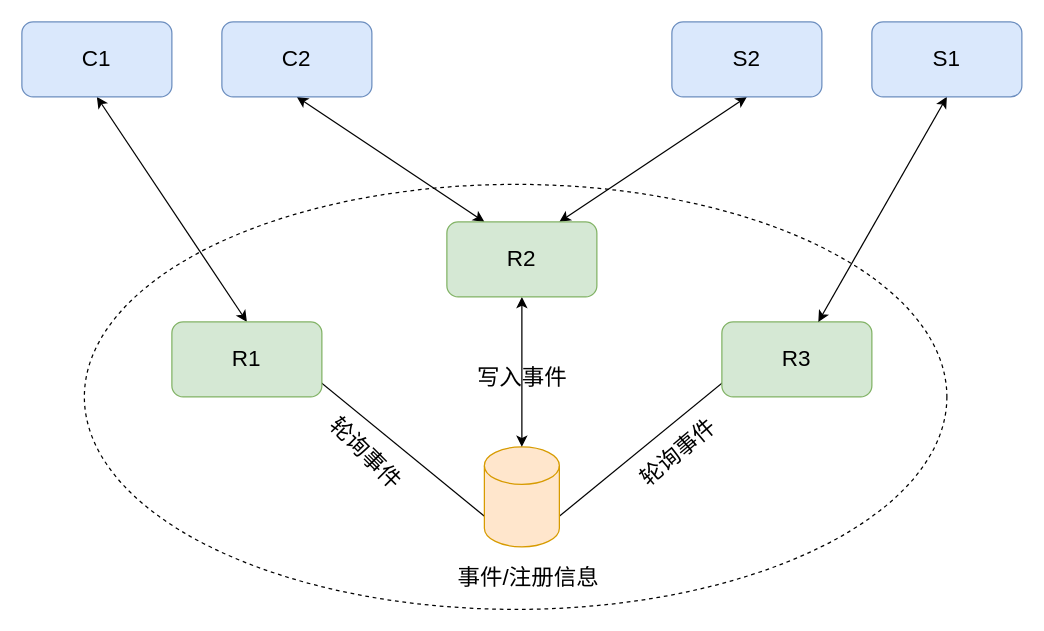
waterystone/draw_io keeps this draw.io diagram as zz/zzscf/注册中心.drawio. Above is the earlier version. Source tidied: cells renumbered, new cells numbered last; positions are measured from the earlier drawing's top-left corner, leaving out a move shared by most shapes. Both pictures are drawn from the tidied source at 125%, with x=0, y=0 at pixel (21, 21).
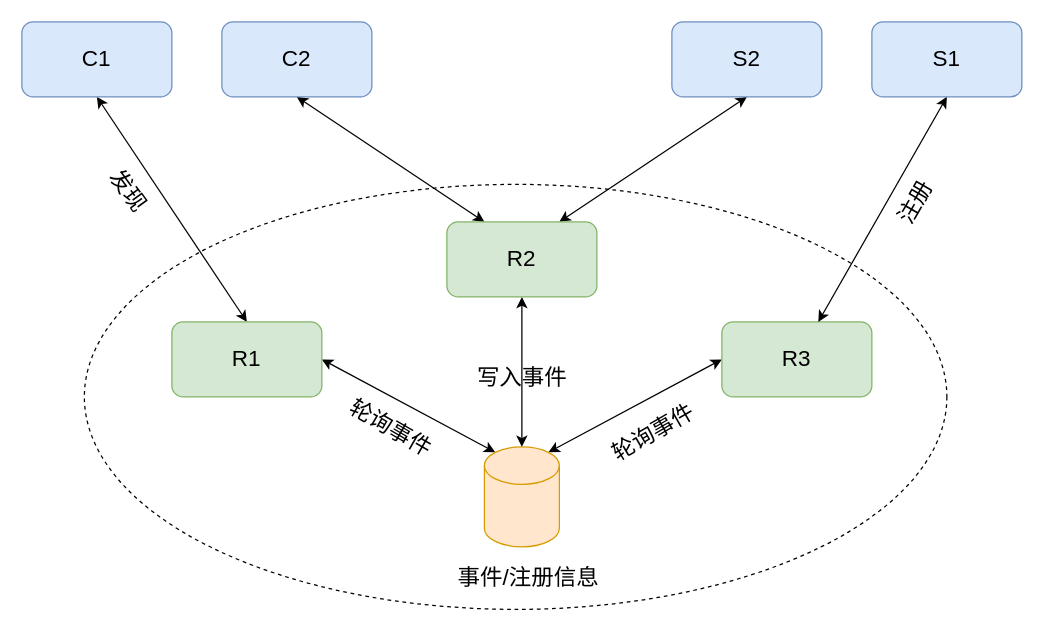
Above is the later version.

Commit message:
更新注册中心.drawio

Unchanged cells that the change refers to:
```xml
<mxCell id="5" value="R1" style="rounded=1;whiteSpace=wrap;html=1;horizontal=1;strokeWidth=1;fontStyle=0;fontSize=18;fillColor=#d5e8d4;strokeColor=#82b366;" parent="1" vertex="1">
  <mxGeometry x="120" y="240" width="120" height="60" as="geometry" />
</mxCell>
<mxCell id="8" value="R3" style="rounded=1;whiteSpace=wrap;html=1;horizontal=1;strokeWidth=1;fontStyle=0;fontSize=18;fillColor=#d5e8d4;strokeColor=#82b366;" parent="1" vertex="1">
  <mxGeometry x="560" y="240" width="120" height="60" as="geometry" />
</mxCell>
<mxCell id="15" style="shape=cylinder3;whiteSpace=wrap;html=1;boundedLbl=1;backgroundOutline=1;size=15;horizontal=1;strokeWidth=1;fontStyle=0;fillColor=#ffe6cc;strokeColor=#d79b00;" parent="1" vertex="1">
  <mxGeometry x="370" y="340" width="60" height="80" as="geometry" />
</mxCell>
```

Change to the diagram source:
```diff
@@
-    <mxCell id="4" style="edgeStyle=none;rounded=0;jettySize=auto;html=1;exitX=0.5;exitY=0;exitDx=0;exitDy=0;entryX=0.5;entryY=1;entryDx=0;entryDy=0;entryPerimeter=0;endArrow=classic;endFill=1;startArrow=classic;startFill=1;horizontal=1;strokeWidth=1;fontStyle=0;" parent="1" edge="1" source="5" target="15">
+    <mxCell id="4" style="edgeStyle=none;rounded=0;jettySize=auto;html=1;entryX=0.145;entryY=0;entryDx=0;entryDy=4.35;entryPerimeter=0;endArrow=classic;endFill=1;startArrow=classic;startFill=1;horizontal=1;strokeWidth=1;fontStyle=0;exitX=1;exitY=0.5;exitDx=0;exitDy=0;" parent="1" edge="1" source="5" target="15">
       <mxGeometry relative="1" as="geometry" />
     </mxCell>
@@
-    <mxCell id="7" style="edgeStyle=none;jettySize=auto;html=1;exitX=0.5;exitY=0;exitDx=0;exitDy=0;entryX=0.5;entryY=1;entryDx=0;entryDy=0;entryPerimeter=0;endArrow=classic;endFill=1;startArrow=classic;startFill=1;targetPerimeterSpacing=0;jumpStyle=arc;rounded=0;strokeWidth=1;horizontal=1;fontStyle=0;endSize=6;sketch=0;shadow=0;" parent="1" edge="1" source="8" target="15">
+    <mxCell id="7" style="edgeStyle=none;jettySize=auto;html=1;exitX=0;exitY=0.5;exitDx=0;exitDy=0;entryX=0.855;entryY=0;entryDx=0;entryDy=4.35;entryPerimeter=0;endArrow=classic;endFill=1;startArrow=classic;startFill=1;targetPerimeterSpacing=0;jumpStyle=arc;rounded=0;strokeWidth=1;horizontal=1;fontStyle=0;endSize=6;sketch=0;shadow=0;" parent="1" edge="1" source="8" target="15">
       <mxGeometry relative="1" as="geometry" />
     </mxCell>
@@
-    <mxCell id="18" value="轮询事件" style="text;html=1;align=center;verticalAlign=middle;fillColor=none;strokeColor=none;rounded=0;fontSize=18;rotation=45;strokeWidth=1;fontStyle=0;" parent="1" vertex="1">
-      <mxGeometry x="230" y="330" width="90" height="30" as="geometry" />
+    <mxCell id="18" value="轮询事件" style="text;html=1;align=center;verticalAlign=middle;fillColor=none;strokeColor=none;rounded=0;fontSize=18;rotation=30;strokeWidth=1;fontStyle=0;" parent="1" vertex="1">
+      <mxGeometry x="250" y="310" width="90" height="30" as="geometry" />
     </mxCell>
@@
-    <mxCell id="21" value="轮询事件" style="text;html=1;align=center;verticalAlign=middle;fillColor=none;strokeColor=none;rounded=0;fontSize=18;rotation=-40;strokeWidth=1;fontStyle=0;" parent="1" vertex="1">
-      <mxGeometry x="480" y="330" width="90" height="30" as="geometry" />
+    <mxCell id="21" value="轮询事件" style="text;html=1;align=center;verticalAlign=middle;fillColor=none;strokeColor=none;rounded=0;fontSize=18;rotation=-30;strokeWidth=1;fontStyle=0;" parent="1" vertex="1">
+      <mxGeometry x="460" y="314" width="90" height="30" as="geometry" />
     </mxCell>
+    <mxCell id="22" value="注册" style="text;html=1;align=center;verticalAlign=middle;fillColor=none;strokeColor=none;rounded=0;fontSize=18;rotation=300;" parent="1" vertex="1">
+      <mxGeometry x="690" y="130" width="50" height="30" as="geometry" />
+    </mxCell>
+    <mxCell id="23" value="发现" style="text;html=1;align=center;verticalAlign=middle;fillColor=none;strokeColor=none;rounded=0;fontSize=18;rotation=54;" parent="1" vertex="1">
+      <mxGeometry x="60" y="120" width="50" height="30" as="geometry" />
+    </mxCell>
```
